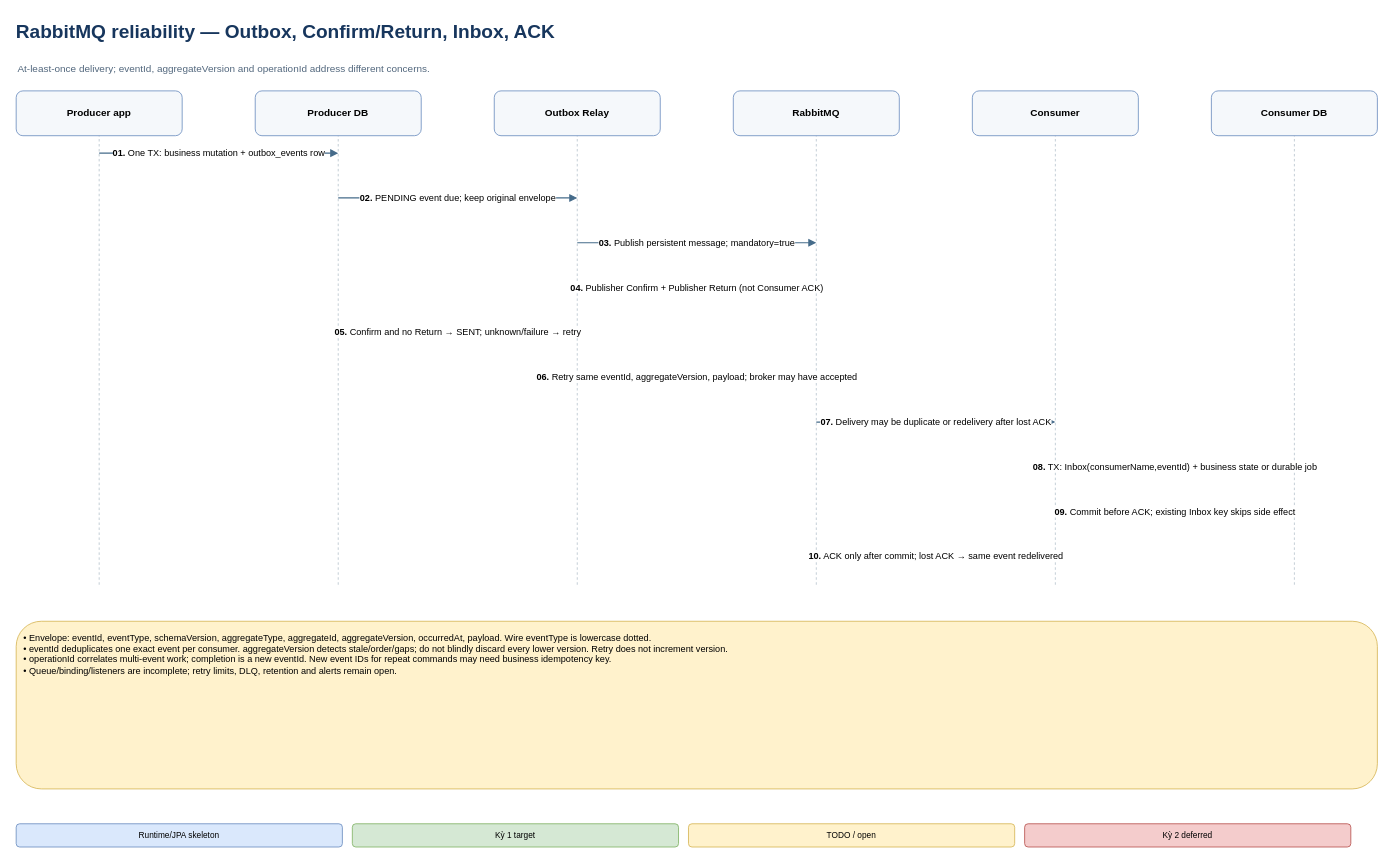
gekok/Dev-Platform keeps this draw.io diagram as page "12 - Outbox Inbox and RabbitMQ" (13 of 17) of docs/project/dev-platform-system-design.drawio. Above is the earlier version. Source tidied: cells renumbered, new cells numbered last; positions are measured from the earlier drawing's top-left corner, leaving out a move shared by most shapes. Both pictures are drawn from the tidied source at 83%, with x=0, y=0 at pixel (14, 14).
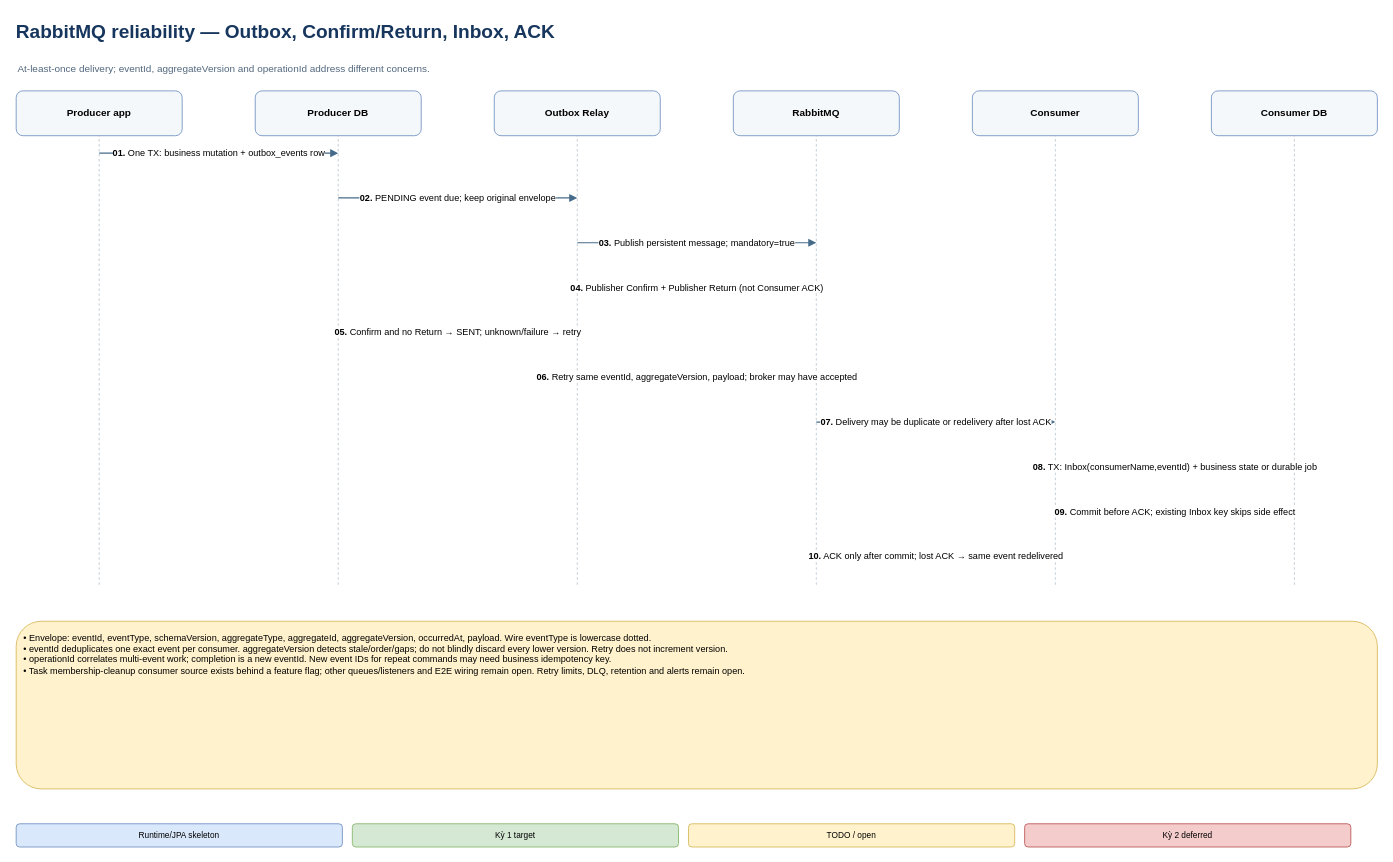
After the change.

The edit, as a diff of the source:
```diff
@@
-    <mxCell id="26" value="• Envelope: eventId, eventType, schemaVersion, aggregateType, aggregateId, aggregateVersion, occurredAt, payload. Wire eventType is lowercase dotted.&lt;br/&gt;• eventId deduplicates one exact event per consumer. aggregateVersion detects stale/order/gaps; do not blindly discard every lower version. Retry does not increment version.&lt;br/&gt;• operationId correlates multi-event work; completion is a new eventId. New event IDs for repeat commands may need business idempotency key.&lt;br/&gt;• Queue/binding/listeners are incomplete; retry limits, DLQ, retention and alerts remain open." style="rounded=1;whiteSpace=wrap;html=1;align=left;verticalAlign=top;spacing=9;fontSize=11;strokeColor=#d6b656;fillColor=#fff2cc;" parent="1" vertex="1">
+    <mxCell id="26" value="• Envelope: eventId, eventType, schemaVersion, aggregateType, aggregateId, aggregateVersion, occurredAt, payload. Wire eventType is lowercase dotted.&lt;br/&gt;• eventId deduplicates one exact event per consumer. aggregateVersion detects stale/order/gaps; do not blindly discard every lower version. Retry does not increment version.&lt;br/&gt;• operationId correlates multi-event work; completion is a new eventId. New event IDs for repeat commands may need business idempotency key.&lt;br/&gt;• Task membership-cleanup consumer source exists behind a feature flag; other queues/listeners and E2E wiring remain open. Retry limits, DLQ, retention and alerts remain open." style="rounded=1;whiteSpace=wrap;html=1;align=left;verticalAlign=top;spacing=9;fontSize=11;strokeColor=#d6b656;fillColor=#fff2cc;" parent="1" vertex="1">
       <mxGeometry x="2" y="731" width="1640" height="202" as="geometry" />
     </mxCell>
```
